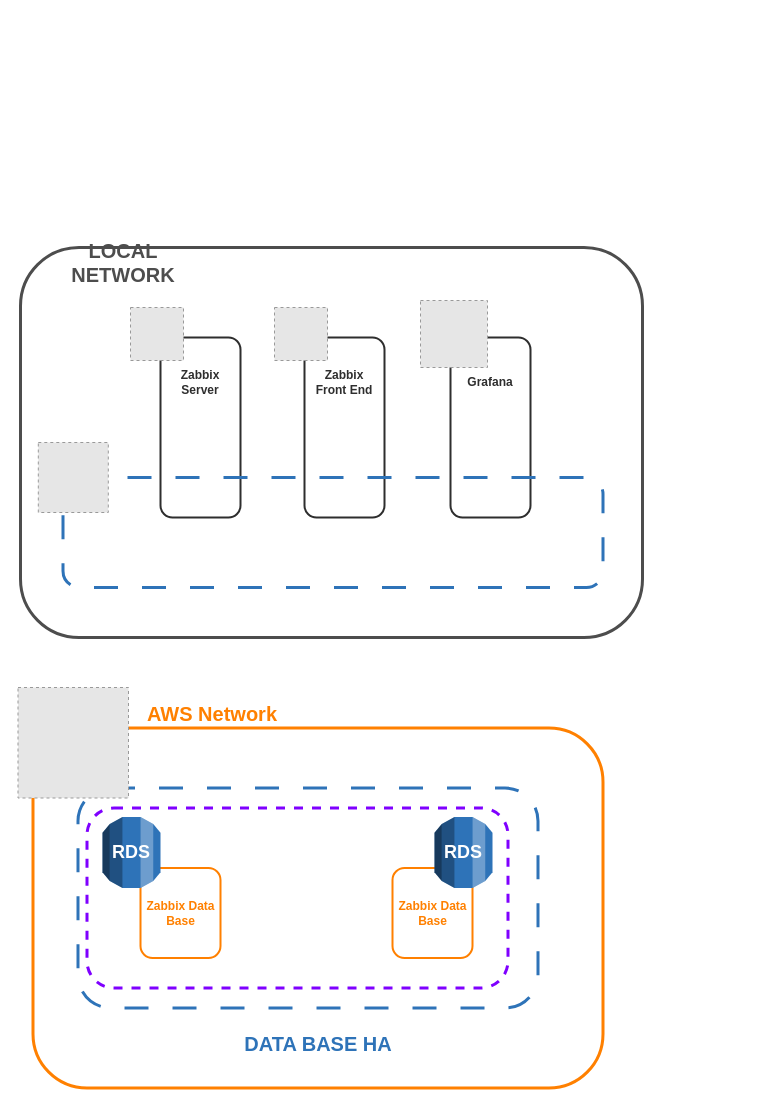
Earlier version of the draw.io diagram Ambiente Zabbix em Container.drawio (KelitonVougan/diagrams). Source tidied: cells renumbered, new cells numbered last; positions are measured from the earlier drawing's top-left corner, leaving out a move shared by most shapes. Both pictures are drawn from the tidied source at 100%, with x=0, y=0 at pixel (18, 247). Pictures stored in the file or linked from it are replaced by grey dashed boxes.
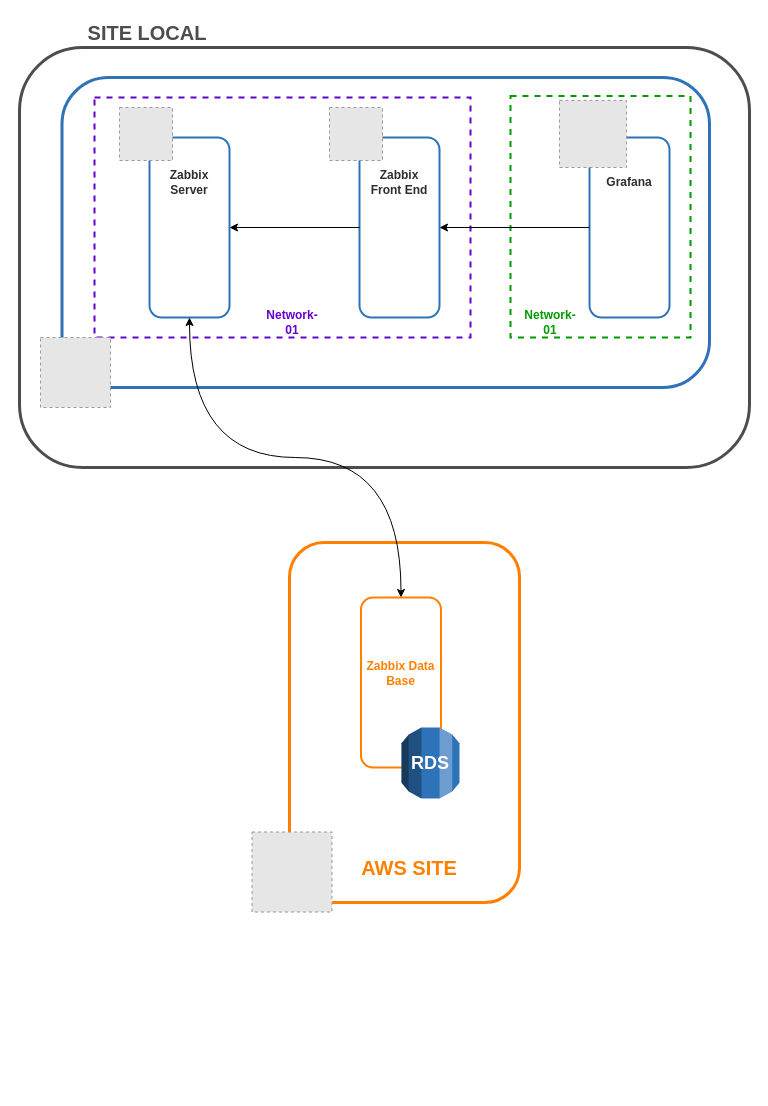
Above is the later version.

The edit, as a diff of the source:
```diff
@@
+    <mxCell id="30" style="rounded=1;whiteSpace=wrap;html=1;strokeColor=#2E73B8;fillColor=none;strokeWidth=3;gradientColor=#FFFFFF;" parent="1" vertex="1">
+      <mxGeometry x="43.5" y="-170" width="647.5" height="310" as="geometry" />
+    </mxCell>
+    <mxCell id="29" style="rounded=1;whiteSpace=wrap;html=1;fillColor=none;strokeWidth=3;strokeColor=#4D4D4D;" parent="1" vertex="1">
+      <mxGeometry x="1" y="-200" width="730" height="420" as="geometry" />
+    </mxCell>
+    <mxCell id="32" style="rounded=0;whiteSpace=wrap;html=1;strokeColor=#009900;dashed=1;fillColor=none;strokeWidth=2;" parent="1" vertex="1">
+      <mxGeometry x="492" y="-151.5" width="180" height="241.5" as="geometry" />
+    </mxCell>
+    <mxCell id="33" style="rounded=0;whiteSpace=wrap;html=1;strokeColor=#6600CC;dashed=1;fillColor=none;strokeWidth=2;" parent="1" vertex="1">
+      <mxGeometry x="76" y="-150" width="376" height="240" as="geometry" />
+    </mxCell>
     <mxCell id="2" style="rounded=1;whiteSpace=wrap;html=1;strokeColor=#FF8000;fillColor=none;strokeWidth=3;" parent="1" vertex="1">
-      <mxGeometry x="14.5" y="480.5" width="570" height="360" as="geometry" />
+      <mxGeometry x="271" y="295" width="230" height="360" as="geometry" />
     </mxCell>
-    <mxCell id="3" style="rounded=1;whiteSpace=wrap;html=1;dashed=1;dashPattern=8 8;strokeColor=#2E73B8;fillColor=none;strokeWidth=3;" parent="1" vertex="1">
-      <mxGeometry x="59.5" y="540.5" width="460" height="220" as="geometry" />
-    </mxCell>
-    <mxCell id="4" style="rounded=1;whiteSpace=wrap;html=1;fillColor=none;strokeWidth=2;strokeColor=#FF8000;" parent="1" vertex="1">
-      <mxGeometry x="122" y="620.5" width="80" height="90" as="geometry" />
-    </mxCell>
-    <mxCell id="5" value="&lt;b&gt;&lt;font color=&quot;#ff8000&quot; face=&quot;Rubik&quot;&gt;Zabbix Data Base&lt;br&gt;&lt;/font&gt;&lt;/b&gt;" style="text;html=1;strokeColor=none;fillColor=none;align=center;verticalAlign=middle;whiteSpace=wrap;rounded=0;" parent="1" vertex="1">
-      <mxGeometry x="122" y="650.5" width="81" height="30" as="geometry" />
-    </mxCell>
-    <mxCell id="6" style="dashed=0;verticalLabelPosition=bottom;verticalAlign=top;align=center;html=1;shape=mxgraph.aws3.rds;fillColor=#2E73B8;gradientColor=none;" parent="1" vertex="1">
-      <mxGeometry x="84" y="569.5" width="58" height="71" as="geometry" />
-    </mxCell>
-    <mxCell id="7" value="&lt;font size=&quot;1&quot; color=&quot;#ffffff&quot; face=&quot;Rubik&quot;&gt;&lt;b style=&quot;font-size: 18px;&quot;&gt;RDS&lt;/b&gt;&lt;/font&gt;" style="text;html=1;strokeColor=none;fillColor=none;align=center;verticalAlign=middle;whiteSpace=wrap;rounded=0;" parent="1" vertex="1">
-      <mxGeometry x="83" y="590" width="60" height="30" as="geometry" />
-    </mxCell>
+    <mxCell id="34" style="group;" parent="1" vertex="1">
+      <mxGeometry x="342" y="350" width="81" height="170" as="geometry" />
+    </mxCell>
-    <mxCell id="8" style="rounded=1;whiteSpace=wrap;html=1;fillColor=none;strokeWidth=2;strokeColor=#FF8000;" parent="1" vertex="1">
-      <mxGeometry x="374" y="620.5" width="80" height="90" as="geometry" />
+    <mxCell id="8" style="rounded=1;whiteSpace=wrap;html=1;fillColor=none;strokeWidth=2;strokeColor=#FF8000;" parent="34" vertex="1">
+      <mxGeometry x="0.5" width="80" height="170" as="geometry" />
     </mxCell>
-    <mxCell id="9" value="&lt;b&gt;&lt;font color=&quot;#ff8000&quot; face=&quot;Rubik&quot;&gt;Zabbix Data Base&lt;br&gt;&lt;/font&gt;&lt;/b&gt;" style="text;html=1;strokeColor=none;fillColor=none;align=center;verticalAlign=middle;whiteSpace=wrap;rounded=0;" parent="1" vertex="1">
-      <mxGeometry x="374" y="650.5" width="81" height="30" as="geometry" />
+    <mxCell id="9" value="&lt;b&gt;&lt;font color=&quot;#ff8000&quot; face=&quot;Rubik&quot;&gt;Zabbix Data Base&lt;br&gt;&lt;/font&gt;&lt;/b&gt;" style="text;html=1;strokeColor=none;fillColor=none;align=center;verticalAlign=middle;whiteSpace=wrap;rounded=0;" parent="34" vertex="1">
+      <mxGeometry y="61" width="81" height="30" as="geometry" />
     </mxCell>
-    <mxCell id="10" style="dashed=0;verticalLabelPosition=bottom;verticalAlign=top;align=center;html=1;shape=mxgraph.aws3.rds;fillColor=#2E73B8;gradientColor=none;" parent="1" vertex="1">
-      <mxGeometry x="416" y="569.5" width="58" height="71" as="geometry" />
-    </mxCell>
-    <mxCell id="11" value="&lt;font size=&quot;1&quot; color=&quot;#ffffff&quot; face=&quot;Rubik&quot;&gt;&lt;b style=&quot;font-size: 18px;&quot;&gt;RDS&lt;/b&gt;&lt;/font&gt;" style="text;html=1;strokeColor=none;fillColor=none;align=center;verticalAlign=middle;whiteSpace=wrap;rounded=0;" parent="1" vertex="1">
-      <mxGeometry x="415" y="590" width="60" height="30" as="geometry" />
-    </mxCell>
-    <mxCell id="12" value="&lt;font color=&quot;#2e73b8&quot; style=&quot;font-size: 20px;&quot; face=&quot;Rubik&quot;&gt;&lt;b&gt;DATA BASE HA&lt;br&gt;&lt;/b&gt;&lt;/font&gt;" style="text;html=1;strokeColor=none;fillColor=none;align=center;verticalAlign=middle;whiteSpace=wrap;rounded=0;" parent="1" vertex="1">
-      <mxGeometry x="214.5" y="780.5" width="170" height="30" as="geometry" />
-    </mxCell>
     <mxCell id="13" style="fillColor=#E6E6E6;strokeColor=#999999;dashed=1;verticalLabelPosition=bottom;labelBackgroundColor=default;verticalAlign=top;" parent="1" vertex="1">
-      <mxGeometry x="-0.5" y="440" width="110.5" height="110.5" as="geometry" />
+      <mxGeometry x="233.5" y="584.5" width="80" height="80" as="geometry" />
     </mxCell>
-    <mxCell id="14" value="&lt;font style=&quot;font-size: 20px;&quot; color=&quot;#ff8000&quot; face=&quot;Rubik&quot;&gt;&lt;b&gt;AWS Network&lt;br&gt;&lt;/b&gt;&lt;/font&gt;" style="text;html=1;strokeColor=none;fillColor=none;align=center;verticalAlign=middle;whiteSpace=wrap;rounded=0;" parent="1" vertex="1">
-      <mxGeometry x="108.5" y="450.5" width="170" height="30" as="geometry" />
+    <mxCell id="14" value="&lt;font style=&quot;font-size: 20px;&quot; color=&quot;#ff8000&quot; face=&quot;Rubik&quot;&gt;&lt;b&gt;AWS SITE&lt;br&gt;&lt;/b&gt;&lt;/font&gt;" style="text;html=1;strokeColor=none;fillColor=none;align=center;verticalAlign=middle;whiteSpace=wrap;rounded=0;" parent="1" vertex="1">
+      <mxGeometry x="306" y="604.5" width="170" height="30" as="geometry" />
     </mxCell>
-    <mxCell id="15" value="&lt;font color=&quot;#4d4d4d&quot; style=&quot;font-size: 20px;&quot; face=&quot;Rubik&quot;&gt;&lt;b&gt;LOCAL NETWORK&lt;br&gt;&lt;/b&gt;&lt;/font&gt;" style="text;html=1;strokeColor=none;fillColor=none;align=center;verticalAlign=middle;whiteSpace=wrap;rounded=0;" parent="1" vertex="1">
-      <mxGeometry x="19.8" width="170" height="30" as="geometry" />
+    <mxCell id="15" value="&lt;font color=&quot;#4d4d4d&quot; face=&quot;Rubik&quot;&gt;&lt;b style=&quot;font-size: 20px;&quot;&gt;SITE LOCAL&lt;br&gt;&lt;/b&gt;&lt;/font&gt;" style="text;html=1;strokeColor=none;fillColor=none;align=center;verticalAlign=middle;whiteSpace=wrap;rounded=0;" parent="1" vertex="1">
+      <mxGeometry x="43.5" y="-230" width="170" height="30" as="geometry" />
     </mxCell>
-    <mxCell id="16" style="rounded=1;whiteSpace=wrap;html=1;dashed=1;strokeColor=#7F00FF;fillColor=none;strokeWidth=3;" parent="1" vertex="1">
-      <mxGeometry x="68.5" y="560.5" width="421" height="180" as="geometry" />
-    </mxCell>
     <mxCell id="17" style="group;" parent="1" vertex="1">
-      <mxGeometry x="402" y="53" width="110" height="217" as="geometry" />
+      <mxGeometry x="541" y="-147" width="131" height="337" as="geometry" />
     </mxCell>
-    <mxCell id="18" style="rounded=1;whiteSpace=wrap;html=1;fillColor=none;strokeWidth=2;strokeColor=#2E2E2E;" parent="17" vertex="1">
+    <mxCell id="18" style="rounded=1;whiteSpace=wrap;html=1;fillColor=none;strokeWidth=2;strokeColor=#2E73B8;" parent="17" vertex="1">
       <mxGeometry x="30" y="37" width="80" height="180" as="geometry" />
     </mxCell>
@@
+    <mxCell id="35" value="&lt;font color=&quot;#009900&quot; face=&quot;Rubik&quot;&gt;&lt;b&gt;Network-01&lt;/b&gt;&lt;/font&gt;" style="text;html=1;strokeColor=none;fillColor=none;align=center;verticalAlign=middle;whiteSpace=wrap;rounded=0;" parent="17" vertex="1">
+      <mxGeometry x="-39" y="207" width="60" height="30" as="geometry" />
+    </mxCell>
     <mxCell id="21" style="group;" parent="1" vertex="1">
-      <mxGeometry x="256" y="60" width="110" height="210" as="geometry" />
+      <mxGeometry x="311" y="-140" width="110" height="210" as="geometry" />
     </mxCell>
-    <mxCell id="22" style="rounded=1;whiteSpace=wrap;html=1;fillColor=none;strokeWidth=2;strokeColor=#2E2E2E;" parent="21" vertex="1">
+    <mxCell id="22" style="rounded=1;whiteSpace=wrap;html=1;fillColor=none;strokeWidth=2;strokeColor=#2E73B8;" parent="21" vertex="1">
       <mxGeometry x="30" y="30" width="80" height="180" as="geometry" />
     </mxCell>
@@
+    <mxCell id="31" style="fillColor=#E6E6E6;strokeColor=#999999;dashed=1;verticalLabelPosition=bottom;labelBackgroundColor=default;verticalAlign=top;" parent="1" vertex="1">
+      <mxGeometry x="22" y="90" width="70" height="70" as="geometry" />
+    </mxCell>
+    <mxCell id="36" style="group;" parent="1" vertex="1">
+      <mxGeometry x="382" y="480" width="60" height="71" as="geometry" />
+    </mxCell>
+    <mxCell id="10" style="dashed=0;verticalLabelPosition=bottom;verticalAlign=top;align=center;html=1;shape=mxgraph.aws3.rds;fillColor=#2E73B8;gradientColor=none;" parent="36" vertex="1">
+      <mxGeometry x="1" width="58" height="71" as="geometry" />
+    </mxCell>
+    <mxCell id="11" value="&lt;font size=&quot;1&quot; color=&quot;#ffffff&quot; face=&quot;Rubik&quot;&gt;&lt;b style=&quot;font-size: 18px;&quot;&gt;RDS&lt;/b&gt;&lt;/font&gt;" style="text;html=1;strokeColor=none;fillColor=none;align=center;verticalAlign=middle;whiteSpace=wrap;rounded=0;" parent="36" vertex="1">
+      <mxGeometry y="20.5" width="60" height="30" as="geometry" />
+    </mxCell>
     <mxCell id="25" style="group;" parent="1" vertex="1">
-      <mxGeometry x="112" y="60" width="110" height="210" as="geometry" />
+      <mxGeometry x="101" y="-140" width="110" height="210" as="geometry" />
     </mxCell>
-    <mxCell id="26" style="rounded=1;whiteSpace=wrap;html=1;fillColor=none;strokeWidth=2;strokeColor=#2E2E2E;" parent="25" vertex="1">
+    <mxCell id="26" style="rounded=1;whiteSpace=wrap;html=1;fillColor=none;strokeWidth=2;strokeColor=#2E73B8;" parent="25" vertex="1">
       <mxGeometry x="30" y="30" width="80" height="180" as="geometry" />
     </mxCell>
@@
-    <mxCell id="29" style="rounded=1;whiteSpace=wrap;html=1;fillColor=none;strokeWidth=3;strokeColor=#4D4D4D;" parent="1" vertex="1">
-      <mxGeometry x="2" width="622" height="390" as="geometry" />
-    </mxCell>
-    <mxCell id="30" style="rounded=1;whiteSpace=wrap;html=1;dashed=1;dashPattern=8 8;strokeColor=#2E73B8;fillColor=none;strokeWidth=3;" parent="1" vertex="1">
-      <mxGeometry x="44.5" y="230" width="540" height="110" as="geometry" />
-    </mxCell>
-    <mxCell id="31" style="fillColor=#E6E6E6;strokeColor=#999999;dashed=1;verticalLabelPosition=bottom;labelBackgroundColor=default;verticalAlign=top;" parent="1" vertex="1">
-      <mxGeometry x="19.8" y="195" width="70" height="70" as="geometry" />
-    </mxCell>
+    <mxCell id="37" style="edgeStyle=orthogonalEdgeStyle;rounded=0;jettySize=auto;html=1;exitX=0.5;exitY=1;exitDx=0;exitDy=0;curved=1;startArrow=classic;startFill=1;" parent="1" edge="1" source="26" target="8">
+      <mxGeometry relative="1" as="geometry" />
+    </mxCell>
+    <mxCell id="38" style="edgeStyle=orthogonalEdgeStyle;rounded=0;jettySize=auto;html=1;" parent="1" edge="1" source="22" target="26">
+      <mxGeometry relative="1" as="geometry" />
+    </mxCell>
+    <mxCell id="39" style="edgeStyle=orthogonalEdgeStyle;rounded=0;jettySize=auto;html=1;entryX=1;entryY=0.5;entryDx=0;entryDy=0;" parent="1" edge="1" source="18" target="22">
+      <mxGeometry relative="1" as="geometry" />
+    </mxCell>
+    <mxCell id="40" value="&lt;font color=&quot;#6600cc&quot; face=&quot;Rubik&quot;&gt;&lt;b&gt;Network-01&lt;/b&gt;&lt;/font&gt;" style="text;html=1;strokeColor=none;fillColor=none;align=center;verticalAlign=middle;whiteSpace=wrap;rounded=0;" parent="1" vertex="1">
+      <mxGeometry x="243.5" y="60" width="60" height="30" as="geometry" />
+    </mxCell>
```
